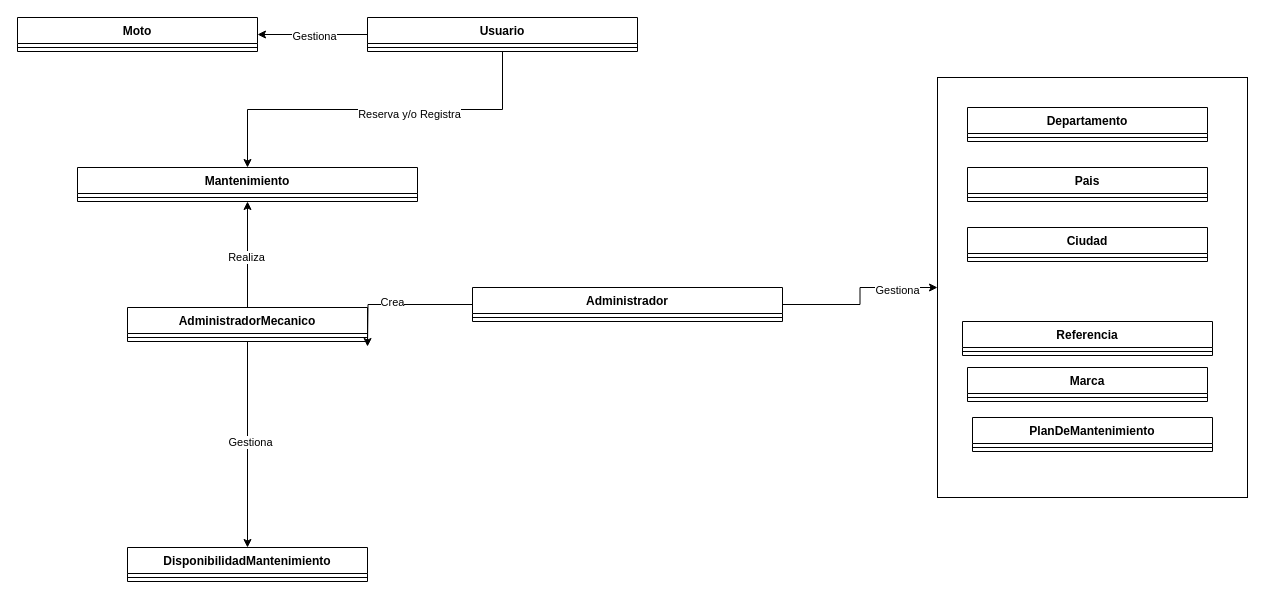
The draw.io diagram page "Code Diagram" (4 of 4) of Diagrama_C4_DinoTrack.drawio in david-med/archivos, before the edit. Source tidied: cells renumbered, new cells numbered last; positions are measured from the earlier drawing's top-left corner, leaving out a move shared by most shapes. Both pictures are drawn from the tidied source at 100%, with x=0, y=0 at pixel (17, 17).
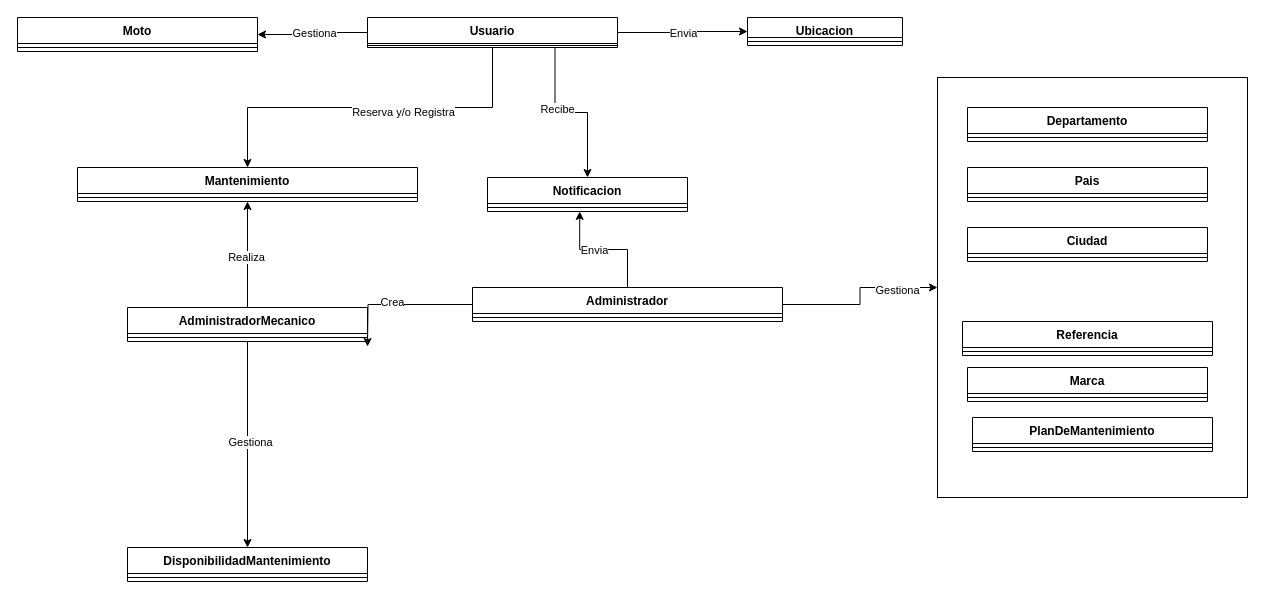
Above is the later version.

Unchanged cells that the change refers to:
```xml
<mxCell id="19" value="Administrador" style="swimlane;fontStyle=1;align=center;verticalAlign=top;horizontal=1;startSize=26;whiteSpace=wrap;html=1;" parent="1" vertex="1">
  <mxGeometry x="455" y="270" width="310" height="34" as="geometry" />
</mxCell>
```

Change to the diagram source:
```diff
@@
+    <mxCell id="39" style="edgeStyle=orthogonalEdgeStyle;rounded=0;jettySize=auto;html=1;entryX=0;entryY=0.5;entryDx=0;entryDy=0;" parent="1" edge="1" source="7" target="47">
+      <mxGeometry relative="1" as="geometry" />
+    </mxCell>
+    <mxCell id="40" value="Envia" style="edgeLabel;html=1;align=center;verticalAlign=middle;" parent="39" vertex="1">
+      <mxGeometry y="-1" relative="1" as="geometry" />
+    </mxCell>
     <mxCell id="7" value="Usuario" style="swimlane;fontStyle=1;align=center;verticalAlign=top;horizontal=1;startSize=26;whiteSpace=wrap;html=1;" parent="1" vertex="1">
-      <mxGeometry x="350" width="270" height="34" as="geometry" />
+      <mxGeometry x="350" width="250" height="30" as="geometry" />
     </mxCell>
     <mxCell id="8" style="line;strokeWidth=1;fillColor=none;align=left;verticalAlign=middle;spacingTop=-1;spacingLeft=3;spacingRight=3;labelPosition=right;strokeColor=inherit;" parent="7" vertex="1">
-      <mxGeometry y="26" width="270" height="8" as="geometry" />
+      <mxGeometry y="26" width="250" height="4" as="geometry" />
     </mxCell>
@@
+    <mxCell id="41" value="Notificacion" style="swimlane;fontStyle=1;align=center;verticalAlign=top;horizontal=1;startSize=26;whiteSpace=wrap;html=1;" parent="1" vertex="1">
+      <mxGeometry x="470" y="160" width="200" height="34" as="geometry" />
+    </mxCell>
+    <mxCell id="42" style="line;strokeWidth=1;fillColor=none;align=left;verticalAlign=middle;spacingTop=-1;spacingLeft=3;spacingRight=3;labelPosition=right;points=[];portConstraint=eastwest;strokeColor=inherit;" parent="41" vertex="1">
+      <mxGeometry y="26" width="200" height="8" as="geometry" />
+    </mxCell>
+    <mxCell id="43" style="edgeStyle=orthogonalEdgeStyle;rounded=0;jettySize=auto;html=1;entryX=0.461;entryY=0.993;entryDx=0;entryDy=0;entryPerimeter=0;" parent="1" edge="1" source="19" target="42">
+      <mxGeometry relative="1" as="geometry" />
+    </mxCell>
+    <mxCell id="44" value="Envia" style="edgeLabel;html=1;align=center;verticalAlign=middle;" parent="43" vertex="1">
+      <mxGeometry x="0.17" relative="1" as="geometry" />
+    </mxCell>
+    <mxCell id="45" style="edgeStyle=orthogonalEdgeStyle;rounded=0;jettySize=auto;html=1;exitX=0.75;exitY=1;exitDx=0;exitDy=0;entryX=0.5;entryY=0;entryDx=0;entryDy=0;" parent="1" edge="1" source="7" target="41">
+      <mxGeometry relative="1" as="geometry" />
+    </mxCell>
+    <mxCell id="46" value="Recibe" style="edgeLabel;html=1;align=center;verticalAlign=middle;" parent="45" vertex="1">
+      <mxGeometry x="-0.18" y="4" relative="1" as="geometry" />
+    </mxCell>
+    <mxCell id="47" value="Ubicacion" style="swimlane;fontStyle=1;align=center;verticalAlign=top;horizontal=1;startSize=20;whiteSpace=wrap;html=1;" parent="1" vertex="1">
+      <mxGeometry x="730" width="155" height="28" as="geometry" />
+    </mxCell>
+    <mxCell id="48" style="line;strokeWidth=1;fillColor=none;align=left;verticalAlign=middle;spacingTop=-1;spacingLeft=3;spacingRight=3;labelPosition=right;strokeColor=inherit;" parent="47" vertex="1">
+      <mxGeometry y="20" width="155" height="8" as="geometry" />
+    </mxCell>
```
